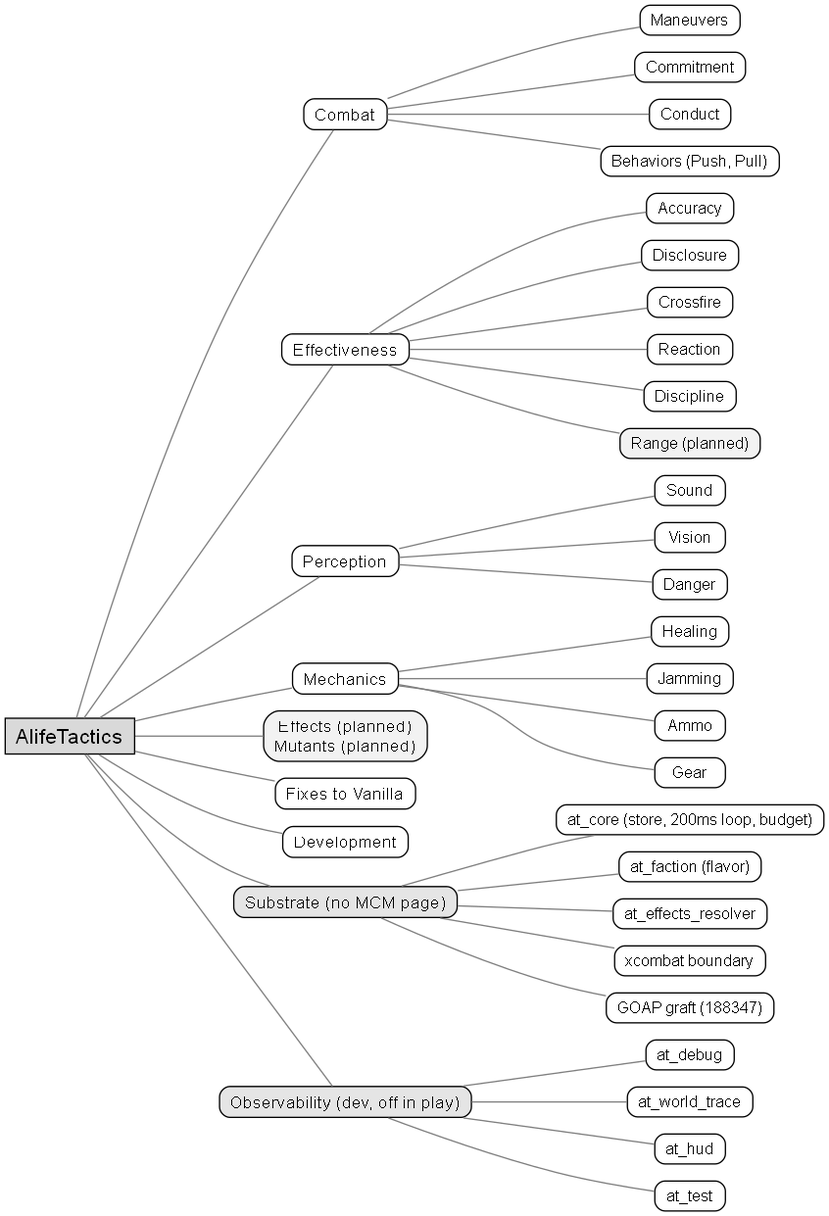
The Graphviz diagram doc/img/container.png in damiansirbu-stalker/AlifeTactics, before a commit. Its source is kept beside it as doc/img/container.dot. The source it was exported from:
```dot
digraph at_container {
    rankdir=LR
    compound=true
    nodesep=0.18
    ranksep=0.9

    node [shape=box, style="rounded,filled", fillcolor=white,
          fontsize=13, fontname="Arial", margin="0.12,0.06", height=0.3]
    edge [arrowhead=none, color=gray50]
    graph [fontsize=15, fontname="Arial"]

    root [label="AlifeTactics", shape=box, style="filled", fillcolor=gray85, fontsize=16]

    combat  [label="Combat"]
    effect  [label="Effectiveness"]
    percep  [label="Perception"]
    mechan  [label="Mechanics"]
    planned [label="Effects (planned)\nMutants (planned)", fillcolor=gray95]
    fixes   [label="Fixes to Vanilla"]
    devel   [label="Development"]

    substrate [label="Substrate (no MCM page)", fillcolor=gray90]
    observ    [label="Observability (dev, off in play)", fillcolor=gray90]

    root -> combat
    root -> effect
    root -> percep
    root -> mechan
    root -> planned
    root -> fixes
    root -> devel
    root -> substrate
    root -> observ

    node [fontsize=12, fillcolor=white]

    c1 [label="Maneuvers"]; c2 [label="Commitment"]; c3 [label="Conduct"]; c4 [label="Behaviors (Push, Pull)"]
    combat -> c1; combat -> c2; combat -> c3; combat -> c4

    e1 [label="Accuracy"]; e2 [label="Disclosure"]; e3 [label="Crossfire"]; e4 [label="Reaction"]; e5 [label="Discipline"]; e6 [label="Range (planned)", fillcolor=gray95]
    effect -> e1; effect -> e2; effect -> e3; effect -> e4; effect -> e5; effect -> e6

    p1 [label="Sound"]; p2 [label="Vision"]; p3 [label="Danger"]
    percep -> p1; percep -> p2; percep -> p3

    m1 [label="Healing"]; m2 [label="Jamming"]; m3 [label="Ammo"]; m4 [label="Gear"]
    mechan -> m1; mechan -> m2; mechan -> m3; mechan -> m4

    s1 [label="at_core (store, 200ms loop, budget)"]; s2 [label="at_faction (flavor)"]
    s3 [label="at_effects_resolver"]; s4 [label="xcombat boundary"]; s5 [label="GOAP graft (188347)"]
    substrate -> s1; substrate -> s2; substrate -> s3; substrate -> s4; substrate -> s5

    o1 [label="at_debug"]; o2 [label="at_world_trace"]; o3 [label="at_hud"]; o4 [label="at_test"]
    observ -> o1; observ -> o2; observ -> o3; observ -> o4
}
```
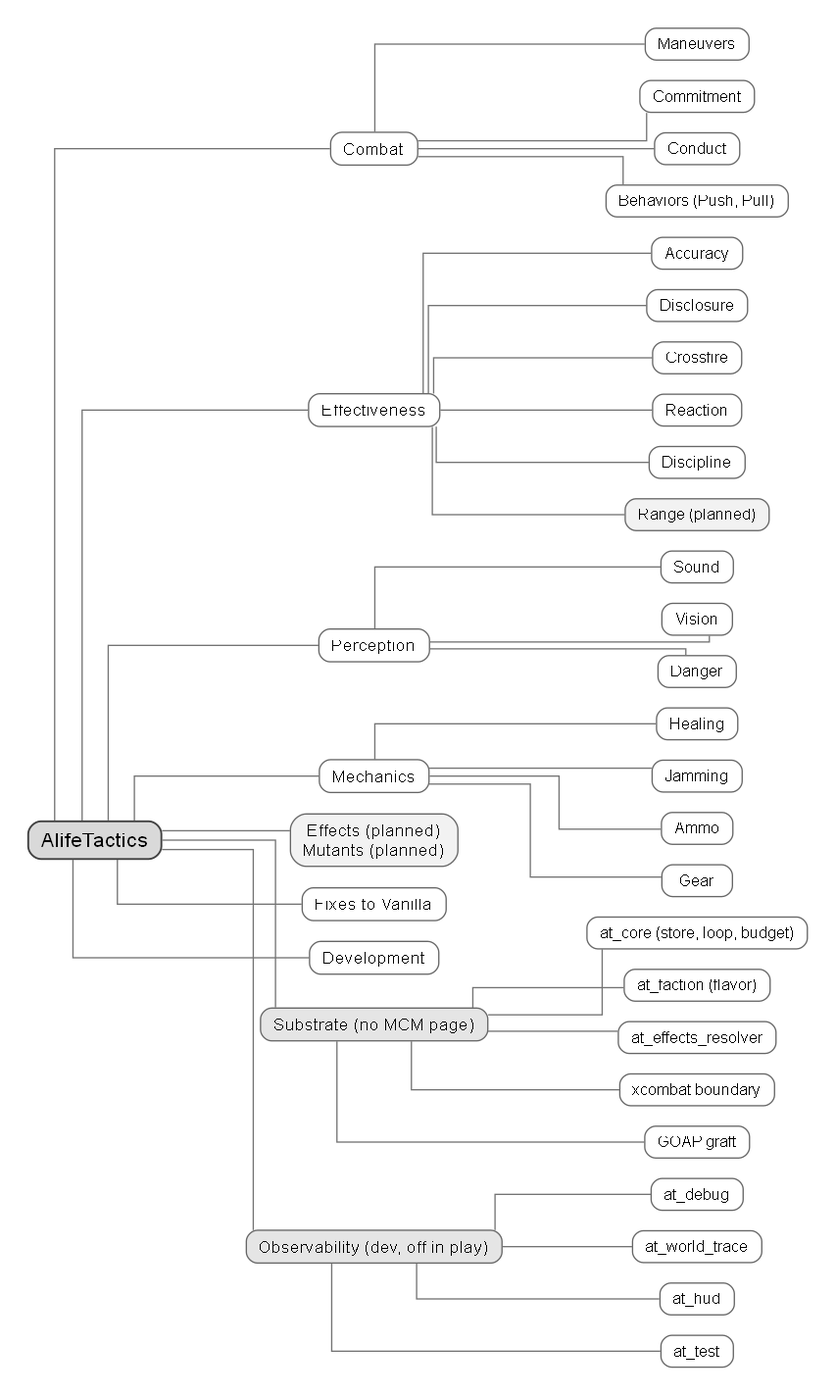
After the change.

What changed in the source:
```diff
@@ -1,15 +1,15 @@
 digraph at_container {
     rankdir=LR
-    compound=true
-    nodesep=0.18
+    splines=ortho
+    pad=0.3
+    nodesep=0.22
     ranksep=0.9
+    graph [fontname="Arial", fontsize=15]
+    node  [shape=box, style="rounded,filled", fillcolor=white,
+           color=gray40, fontname="Arial", fontsize=13, margin="0.14,0.07", height=0.32]
+    edge  [arrowhead=none, color=gray45]
 
-    node [shape=box, style="rounded,filled", fillcolor=white,
-          fontsize=13, fontname="Arial", margin="0.12,0.06", height=0.3]
-    edge [arrowhead=none, color=gray50]
-    graph [fontsize=15, fontname="Arial"]
-
-    root [label="AlifeTactics", shape=box, style="filled", fillcolor=gray85, fontsize=16]
+    root [label="AlifeTactics", fillcolor=gray85, color=gray25, penwidth=1.4, fontsize=16]
 
     combat  [label="Combat"]
     effect  [label="Effectiveness"]
@@ -46,8 +46,8 @@
     m1 [label="Healing"]; m2 [label="Jamming"]; m3 [label="Ammo"]; m4 [label="Gear"]
     mechan -> m1; mechan -> m2; mechan -> m3; mechan -> m4
 
-    s1 [label="at_core (store, 200ms loop, budget)"]; s2 [label="at_faction (flavor)"]
-    s3 [label="at_effects_resolver"]; s4 [label="xcombat boundary"]; s5 [label="GOAP graft (188347)"]
+    s1 [label="at_core (store, loop, budget)"]; s2 [label="at_faction (flavor)"]
+    s3 [label="at_effects_resolver"]; s4 [label="xcombat boundary"]; s5 [label="GOAP graft"]
     substrate -> s1; substrate -> s2; substrate -> s3; substrate -> s4; substrate -> s5
 
     o1 [label="at_debug"]; o2 [label="at_world_trace"]; o3 [label="at_hud"]; o4 [label="at_test"]
```
